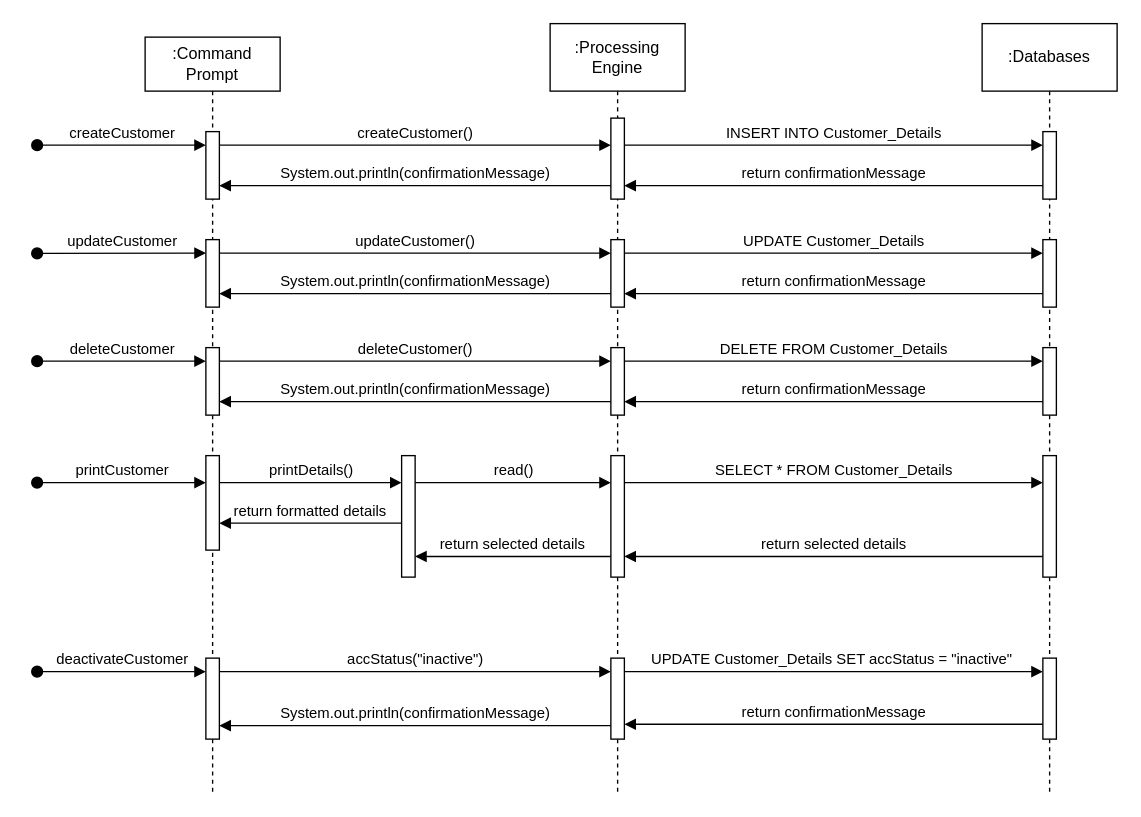
Before: page "Newsagent" (1 of 7) of Architecture/sequence_diagram.drawio in NataliaPalej/Newsagent-Project, a draw.io diagram. Source tidied: cells renumbered, new cells numbered last; positions are measured from the earlier drawing's top-left corner, leaving out a move shared by most shapes. Both pictures are drawn from the tidied source at 135%, with x=0, y=0 at pixel (36, 23).
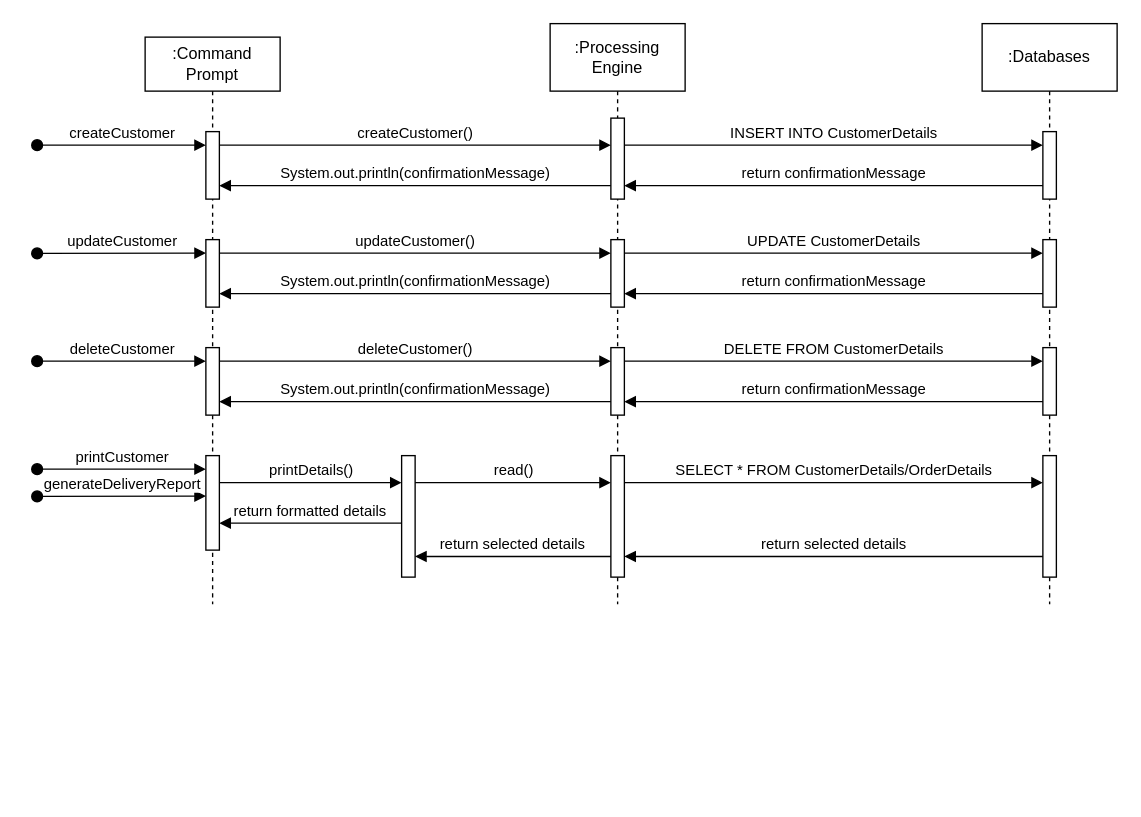
Above is the later version.

The change refers to these unchanged cells:
```xml
<mxCell id="10" style="html=1;points=[];perimeter=orthogonalPerimeter;outlineConnect=0;targetShapes=umlLifeline;portConstraint=eastwest;newEdgeStyle={&quot;edgeStyle&quot;:&quot;elbowEdgeStyle&quot;,&quot;elbow&quot;:&quot;vertical&quot;,&quot;curved&quot;:0,&quot;rounded&quot;:0};" parent="9" vertex="1">
  <mxGeometry x="45" y="70" width="10" height="60" as="geometry" />
</mxCell>
<mxCell id="11" style="html=1;points=[];perimeter=orthogonalPerimeter;outlineConnect=0;targetShapes=umlLifeline;portConstraint=eastwest;newEdgeStyle={&quot;edgeStyle&quot;:&quot;elbowEdgeStyle&quot;,&quot;elbow&quot;:&quot;vertical&quot;,&quot;curved&quot;:0,&quot;rounded&quot;:0};" parent="9" vertex="1">
  <mxGeometry x="45" y="160" width="10" height="50" as="geometry" />
</mxCell>
<mxCell id="12" style="html=1;points=[];perimeter=orthogonalPerimeter;outlineConnect=0;targetShapes=umlLifeline;portConstraint=eastwest;newEdgeStyle={&quot;edgeStyle&quot;:&quot;elbowEdgeStyle&quot;,&quot;elbow&quot;:&quot;vertical&quot;,&quot;curved&quot;:0,&quot;rounded&quot;:0};" parent="9" vertex="1">
  <mxGeometry x="45" y="240" width="10" height="50" as="geometry" />
</mxCell>
<mxCell id="13" style="html=1;points=[];perimeter=orthogonalPerimeter;outlineConnect=0;targetShapes=umlLifeline;portConstraint=eastwest;newEdgeStyle={&quot;edgeStyle&quot;:&quot;elbowEdgeStyle&quot;,&quot;elbow&quot;:&quot;vertical&quot;,&quot;curved&quot;:0,&quot;rounded&quot;:0};" parent="9" vertex="1">
  <mxGeometry x="45" y="320" width="10" height="90" as="geometry" />
</mxCell>
<mxCell id="17" style="html=1;points=[];perimeter=orthogonalPerimeter;outlineConnect=0;targetShapes=umlLifeline;portConstraint=eastwest;newEdgeStyle={&quot;edgeStyle&quot;:&quot;elbowEdgeStyle&quot;,&quot;elbow&quot;:&quot;vertical&quot;,&quot;curved&quot;:0,&quot;rounded&quot;:0};" parent="16" vertex="1">
  <mxGeometry x="45" y="80" width="10" height="50" as="geometry" />
</mxCell>
<mxCell id="18" style="html=1;points=[];perimeter=orthogonalPerimeter;outlineConnect=0;targetShapes=umlLifeline;portConstraint=eastwest;newEdgeStyle={&quot;edgeStyle&quot;:&quot;elbowEdgeStyle&quot;,&quot;elbow&quot;:&quot;vertical&quot;,&quot;curved&quot;:0,&quot;rounded&quot;:0};" parent="16" vertex="1">
  <mxGeometry x="45" y="160" width="10" height="50" as="geometry" />
</mxCell>
<mxCell id="19" style="html=1;points=[];perimeter=orthogonalPerimeter;outlineConnect=0;targetShapes=umlLifeline;portConstraint=eastwest;newEdgeStyle={&quot;edgeStyle&quot;:&quot;elbowEdgeStyle&quot;,&quot;elbow&quot;:&quot;vertical&quot;,&quot;curved&quot;:0,&quot;rounded&quot;:0};" parent="16" vertex="1">
  <mxGeometry x="45" y="240" width="10" height="50" as="geometry" />
</mxCell>
<mxCell id="20" style="html=1;points=[];perimeter=orthogonalPerimeter;outlineConnect=0;targetShapes=umlLifeline;portConstraint=eastwest;newEdgeStyle={&quot;edgeStyle&quot;:&quot;elbowEdgeStyle&quot;,&quot;elbow&quot;:&quot;vertical&quot;,&quot;curved&quot;:0,&quot;rounded&quot;:0};" parent="16" vertex="1">
  <mxGeometry x="45" y="320" width="10" height="90" as="geometry" />
</mxCell>
```

Change to the diagram source:
```diff
@@
     <mxCell id="2" value=":Command Prompt" style="shape=umlLifeline;perimeter=lifelinePerimeter;whiteSpace=wrap;html=1;newEdgeStyle={&quot;edgeStyle&quot;:&quot;elbowEdgeStyle&quot;,&quot;elbow&quot;:&quot;vertical&quot;,&quot;curved&quot;:0,&quot;rounded&quot;:0};" parent="1" vertex="1">
-      <mxGeometry x="80" y="10" width="100" height="560" as="geometry" />
+      <mxGeometry x="80" y="10" width="100" height="420" as="geometry" />
     </mxCell>
@@
-    <mxCell id="8" style="html=1;points=[];perimeter=orthogonalPerimeter;outlineConnect=0;targetShapes=umlLifeline;portConstraint=eastwest;newEdgeStyle={&quot;edgeStyle&quot;:&quot;elbowEdgeStyle&quot;,&quot;elbow&quot;:&quot;vertical&quot;,&quot;curved&quot;:0,&quot;rounded&quot;:0};" parent="2" vertex="1">
-      <mxGeometry x="45" y="460" width="10" height="60" as="geometry" />
-    </mxCell>
     <mxCell id="9" value=":Processing Engine" style="shape=umlLifeline;perimeter=lifelinePerimeter;whiteSpace=wrap;html=1;newEdgeStyle={&quot;edgeStyle&quot;:&quot;elbowEdgeStyle&quot;,&quot;elbow&quot;:&quot;vertical&quot;,&quot;curved&quot;:0,&quot;rounded&quot;:0};size=50;" parent="1" vertex="1">
-      <mxGeometry x="380" width="100" height="570" as="geometry" />
+      <mxGeometry x="380" width="100" height="430" as="geometry" />
     </mxCell>
@@
-    <mxCell id="14" style="html=1;points=[];perimeter=orthogonalPerimeter;outlineConnect=0;targetShapes=umlLifeline;portConstraint=eastwest;newEdgeStyle={&quot;edgeStyle&quot;:&quot;elbowEdgeStyle&quot;,&quot;elbow&quot;:&quot;vertical&quot;,&quot;curved&quot;:0,&quot;rounded&quot;:0};" parent="9" vertex="1">
-      <mxGeometry x="45" y="470" width="10" height="60" as="geometry" />
-    </mxCell>
@@
     <mxCell id="16" value=":Databases" style="shape=umlLifeline;perimeter=lifelinePerimeter;whiteSpace=wrap;html=1;newEdgeStyle={&quot;edgeStyle&quot;:&quot;elbowEdgeStyle&quot;,&quot;elbow&quot;:&quot;vertical&quot;,&quot;curved&quot;:0,&quot;rounded&quot;:0};size=50;" parent="1" vertex="1">
-      <mxGeometry x="700" width="100" height="570" as="geometry" />
+      <mxGeometry x="700" width="100" height="430" as="geometry" />
     </mxCell>
@@
-    <mxCell id="21" style="html=1;points=[];perimeter=orthogonalPerimeter;outlineConnect=0;targetShapes=umlLifeline;portConstraint=eastwest;newEdgeStyle={&quot;edgeStyle&quot;:&quot;elbowEdgeStyle&quot;,&quot;elbow&quot;:&quot;vertical&quot;,&quot;curved&quot;:0,&quot;rounded&quot;:0};" parent="16" vertex="1">
-      <mxGeometry x="45" y="470" width="10" height="60" as="geometry" />
-    </mxCell>
-    <mxCell id="22" value="INSERT INTO Customer_Details" style="html=1;verticalAlign=bottom;endArrow=block;edgeStyle=elbowEdgeStyle;elbow=vertical;curved=0;rounded=0;" parent="1" edge="1" source="10" target="17">
+    <mxCell id="22" value="INSERT INTO CustomerDetails" style="html=1;verticalAlign=bottom;endArrow=block;edgeStyle=elbowEdgeStyle;elbow=vertical;curved=0;rounded=0;" parent="1" edge="1" source="10" target="17">
       <mxGeometry relative="1" as="geometry">
         <Array as="points">
           <mxPoint x="500" y="90" />
         </Array>
       </mxGeometry>
     </mxCell>
@@
-    <mxCell id="25" value="UPDATE Customer_Details" style="html=1;verticalAlign=bottom;endArrow=block;edgeStyle=elbowEdgeStyle;elbow=vertical;curved=0;rounded=0;" parent="1" edge="1" source="11" target="18">
+    <mxCell id="25" value="UPDATE CustomerDetails" style="html=1;verticalAlign=bottom;endArrow=block;edgeStyle=elbowEdgeStyle;elbow=vertical;curved=0;rounded=0;" parent="1" edge="1" source="11" target="18">
       <mxGeometry relative="1" as="geometry">
         <Array as="points">
           <mxPoint x="500" y="170" />
         </Array>
       </mxGeometry>
     </mxCell>
@@
-    <mxCell id="28" value="DELETE FROM Customer_Details" style="html=1;verticalAlign=bottom;endArrow=block;edgeStyle=elbowEdgeStyle;elbow=vertical;curved=0;rounded=0;" parent="1" edge="1" source="12" target="19">
+    <mxCell id="28" value="DELETE FROM CustomerDetails" style="html=1;verticalAlign=bottom;endArrow=block;edgeStyle=elbowEdgeStyle;elbow=vertical;curved=0;rounded=0;" parent="1" edge="1" source="12" target="19">
       <mxGeometry relative="1" as="geometry">
         <Array as="points">
           <mxPoint x="460" y="250" />
         </Array>
       </mxGeometry>
     </mxCell>
     <mxCell id="29" value="printCustomer" style="html=1;verticalAlign=bottom;startArrow=oval;endArrow=block;startSize=8;edgeStyle=elbowEdgeStyle;elbow=vertical;curved=0;rounded=0;" parent="1" edge="1">
       <mxGeometry relative="1" as="geometry">
-        <mxPoint y="340" as="sourcePoint" />
-        <mxPoint x="125" y="340" as="targetPoint" />
+        <mxPoint y="330" as="sourcePoint" />
+        <mxPoint x="125" y="330" as="targetPoint" />
       </mxGeometry>
     </mxCell>
-    <mxCell id="30" value="SELECT * FROM Customer_Details" style="html=1;verticalAlign=bottom;endArrow=block;edgeStyle=elbowEdgeStyle;elbow=vertical;curved=0;rounded=0;" parent="1" edge="1" source="13" target="20">
+    <mxCell id="30" value="SELECT * FROM CustomerDetails/OrderDetails" style="html=1;verticalAlign=bottom;endArrow=block;edgeStyle=elbowEdgeStyle;elbow=vertical;curved=0;rounded=0;" parent="1" edge="1" source="13" target="20">
       <mxGeometry relative="1" as="geometry">
         <Array as="points">
           <mxPoint x="550" y="340" />
         </Array>
       </mxGeometry>
     </mxCell>
@@
-    <mxCell id="37" value="deactivateCustomer" style="html=1;verticalAlign=bottom;startArrow=oval;endArrow=block;startSize=8;edgeStyle=elbowEdgeStyle;elbow=vertical;curved=0;rounded=0;" parent="1" edge="1">
-      <mxGeometry relative="1" as="geometry">
-        <mxPoint y="480" as="sourcePoint" />
-        <mxPoint x="125" y="480" as="targetPoint" />
-      </mxGeometry>
-    </mxCell>
-    <mxCell id="38" value="accStatus(&quot;inactive&quot;)" style="html=1;verticalAlign=bottom;endArrow=block;edgeStyle=elbowEdgeStyle;elbow=vertical;curved=0;rounded=0;" parent="1" edge="1" source="8" target="14">
-      <mxGeometry relative="1" as="geometry">
-        <Array as="points">
-          <mxPoint x="190" y="480" />
-        </Array>
-      </mxGeometry>
-    </mxCell>
@@
-    <mxCell id="44" value="UPDATE Customer_Details SET accStatus = &quot;inactive&quot;&amp;nbsp;" style="html=1;verticalAlign=bottom;endArrow=block;edgeStyle=elbowEdgeStyle;elbow=vertical;curved=0;rounded=0;" parent="1" edge="1" source="14" target="21">
-      <mxGeometry relative="1" as="geometry">
-        <Array as="points">
-          <mxPoint x="505" y="480" />
-        </Array>
-      </mxGeometry>
-    </mxCell>
@@
-    <mxCell id="46" value="return confirmationMessage" style="html=1;verticalAlign=bottom;endArrow=block;edgeStyle=elbowEdgeStyle;elbow=vertical;curved=0;rounded=0;" parent="1" edge="1" source="21" target="14">
-      <mxGeometry relative="1" as="geometry">
-        <Array as="points">
-          <mxPoint x="550.2" y="519" />
-        </Array>
-      </mxGeometry>
-    </mxCell>
-    <mxCell id="47" value="System.out.println(confirmationMessage)" style="html=1;verticalAlign=bottom;endArrow=block;edgeStyle=elbowEdgeStyle;elbow=vertical;curved=0;rounded=0;" parent="1" edge="1" source="14" target="8">
-      <mxGeometry relative="1" as="geometry">
-        <Array as="points">
-          <mxPoint x="175.2" y="520" />
-        </Array>
-      </mxGeometry>
-    </mxCell>
+    <mxCell id="48" value="generateDeliveryReport" style="html=1;verticalAlign=bottom;startArrow=oval;endArrow=block;startSize=8;edgeStyle=elbowEdgeStyle;elbow=vertical;curved=0;rounded=0;" parent="1" edge="1">
+      <mxGeometry relative="1" as="geometry">
+        <mxPoint y="350.2" as="sourcePoint" />
+        <mxPoint x="125" y="350.2" as="targetPoint" />
+      </mxGeometry>
+    </mxCell>
```
